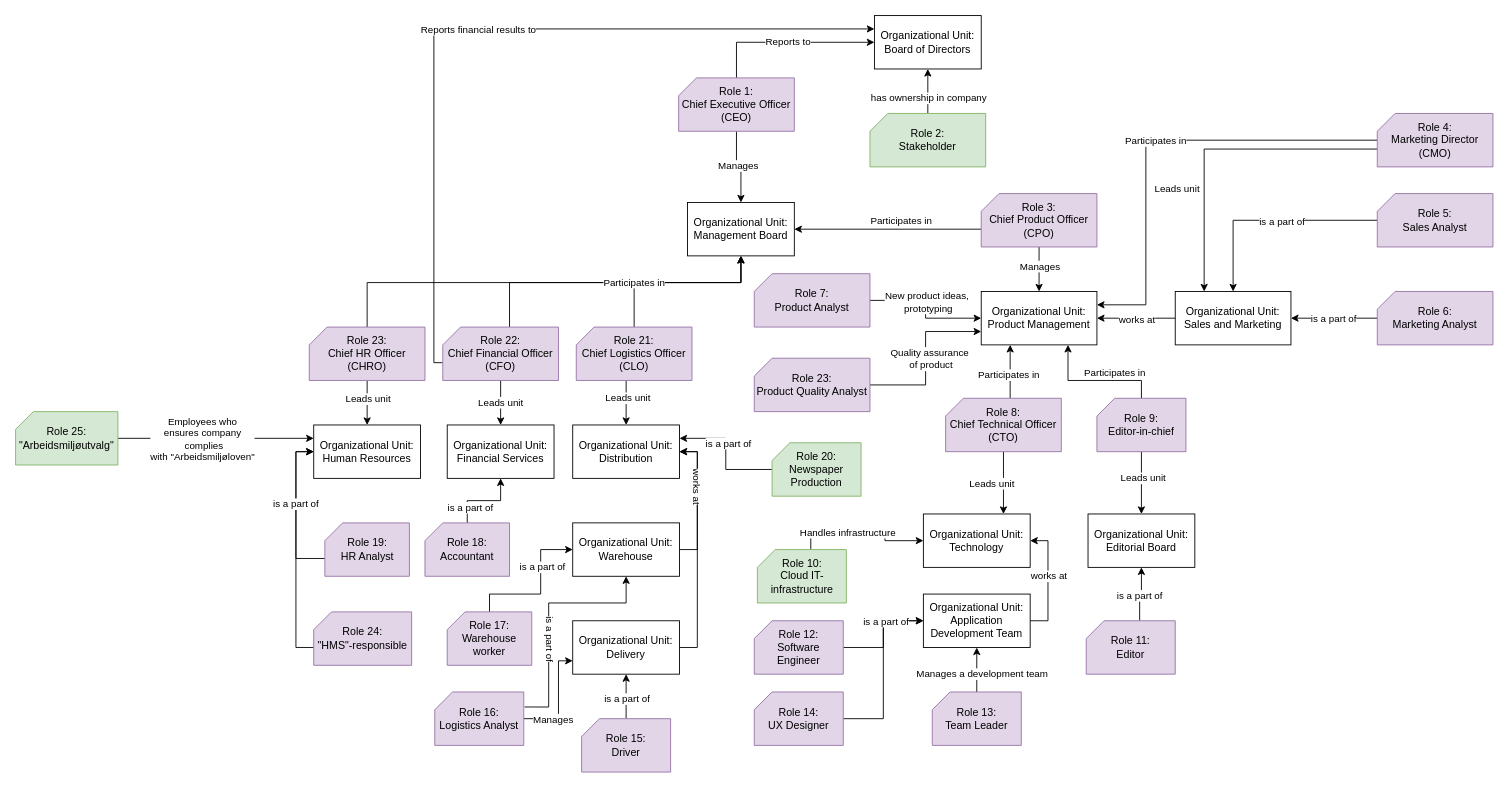
gullskatten/TS-models-4em-archi keeps this draw.io diagram as TS_role_actors_models.drawio. Above is the earlier version. Source tidied: cells renumbered, new cells numbered last; positions are measured from the earlier drawing's top-left corner, leaving out a move shared by most shapes. Both pictures are drawn from the tidied source at 89%, with x=0, y=0 at pixel (15, 15).
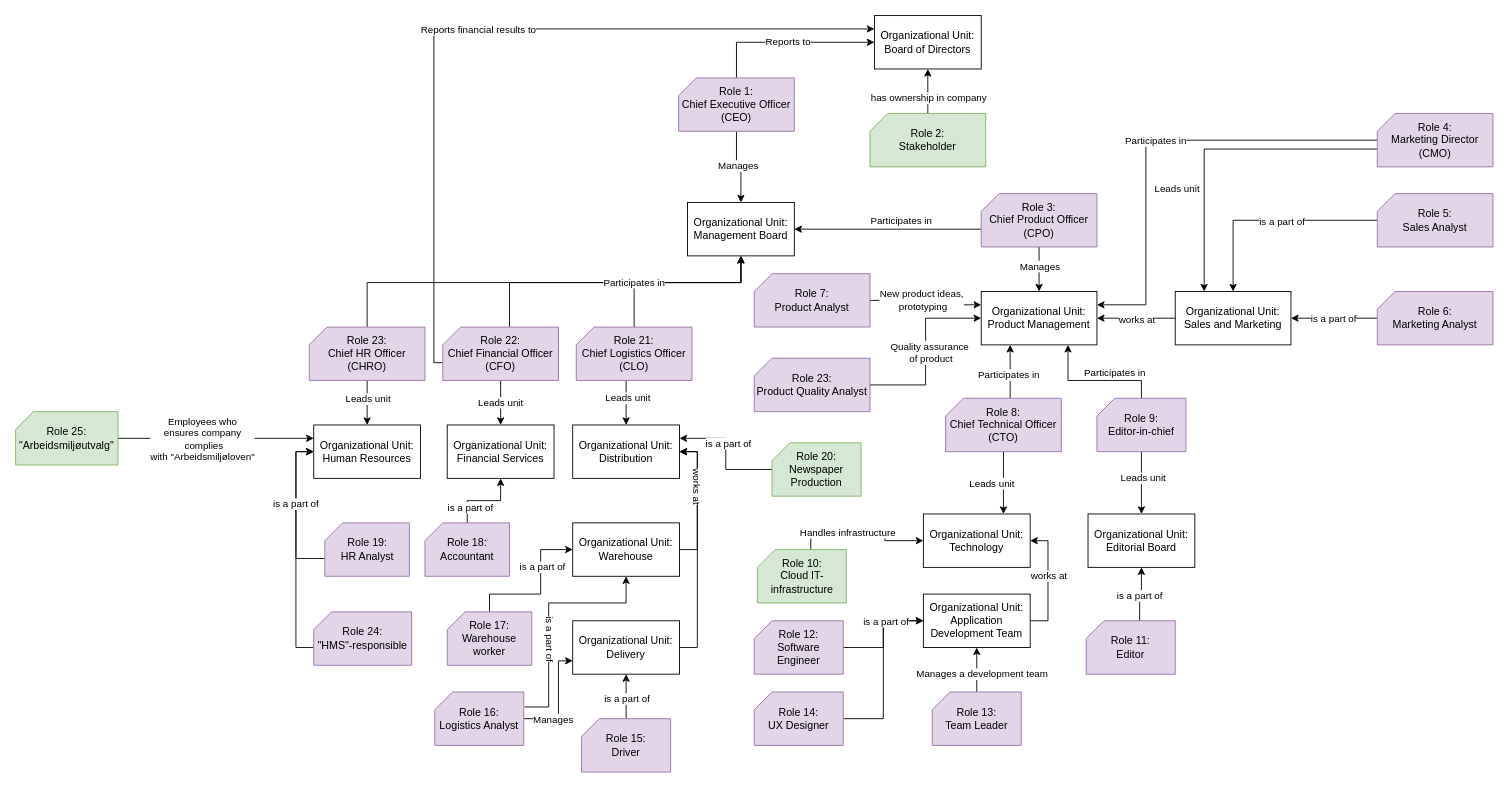
The same diagram, later.

The change refers to these unchanged cells:
```xml
<mxCell id="61" value="Organizational Unit:&lt;br&gt;Product Management" style="rounded=0;whiteSpace=wrap;html=1;" parent="1" vertex="1">
  <mxGeometry x="1085" y="310" width="130" height="60" as="geometry" />
</mxCell>
<mxCell id="64" value="Role 7:&lt;br&gt;Product Analyst" style="verticalLabelPosition=middle;verticalAlign=middle;html=1;shape=card;whiteSpace=wrap;size=20;arcSize=12;fillColor=#e1d5e7;strokeColor=#9673a6;labelPosition=center;align=center;" parent="1" vertex="1">
  <mxGeometry x="830" y="290" width="130" height="60" as="geometry" />
</mxCell>
<mxCell id="112" value="Role 23:&lt;br&gt;Product Quality Analyst" style="verticalLabelPosition=middle;verticalAlign=middle;html=1;shape=card;whiteSpace=wrap;size=20;arcSize=12;fillColor=#e1d5e7;strokeColor=#9673a6;labelPosition=center;align=center;" parent="1" vertex="1">
  <mxGeometry x="830" y="385" width="130" height="60" as="geometry" />
</mxCell>
```

Diff of the diagram source:
```diff
@@
-    <mxCell id="62" style="edgeStyle=orthogonalEdgeStyle;rounded=0;jettySize=auto;html=1;entryX=0;entryY=0.5;entryDx=0;entryDy=0;" parent="1" edge="1" source="64" target="61">
+    <mxCell id="62" style="edgeStyle=orthogonalEdgeStyle;rounded=0;jettySize=auto;html=1;entryX=0;entryY=0.25;entryDx=0;entryDy=0;" parent="1" edge="1" source="64" target="61">
       <mxGeometry relative="1" as="geometry" />
     </mxCell>
@@
-    <mxCell id="110" style="edgeStyle=orthogonalEdgeStyle;rounded=0;jettySize=auto;html=1;entryX=0;entryY=0.75;entryDx=0;entryDy=0;" parent="1" edge="1" source="112" target="61">
+    <mxCell id="110" style="edgeStyle=orthogonalEdgeStyle;rounded=0;jettySize=auto;html=1;entryX=0;entryY=0.5;entryDx=0;entryDy=0;" parent="1" edge="1" source="112" target="61">
       <mxGeometry relative="1" as="geometry" />
     </mxCell>
```
